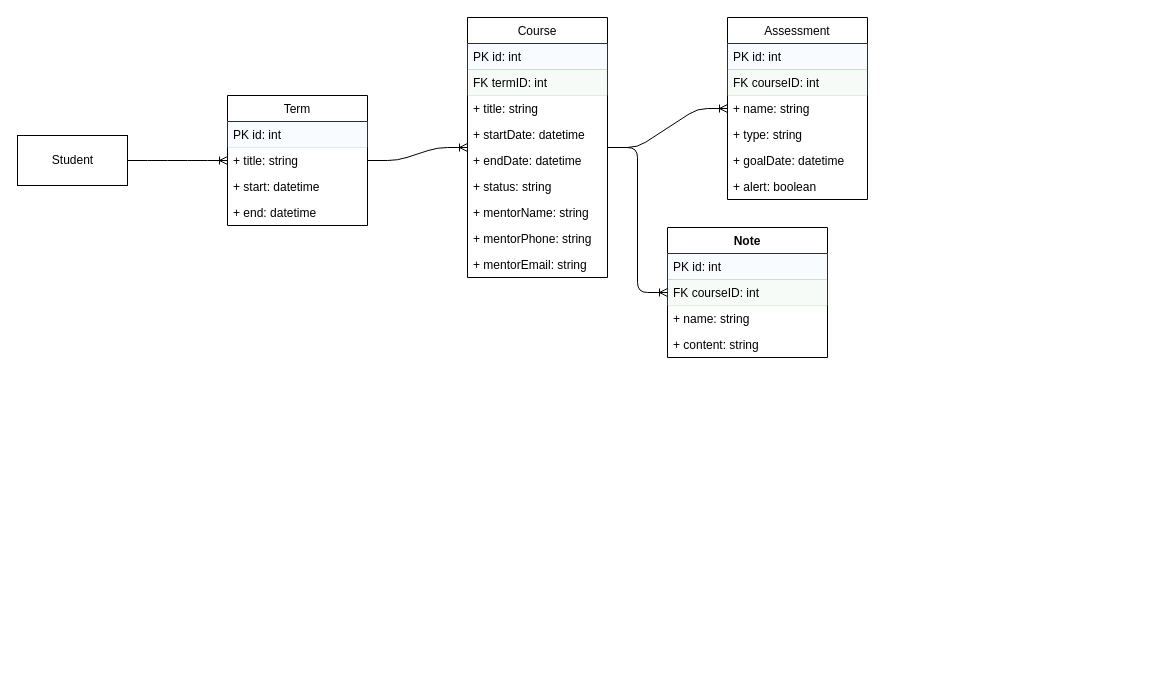
Earlier version of the draw.io diagram extras/C196.drawio (tyler71/C196). Source tidied: cells renumbered, new cells numbered last; positions are measured from the earlier drawing's top-left corner, leaving out a move shared by most shapes. Both pictures are drawn from the tidied source at 100%, with x=0, y=0 at pixel (17, 17).
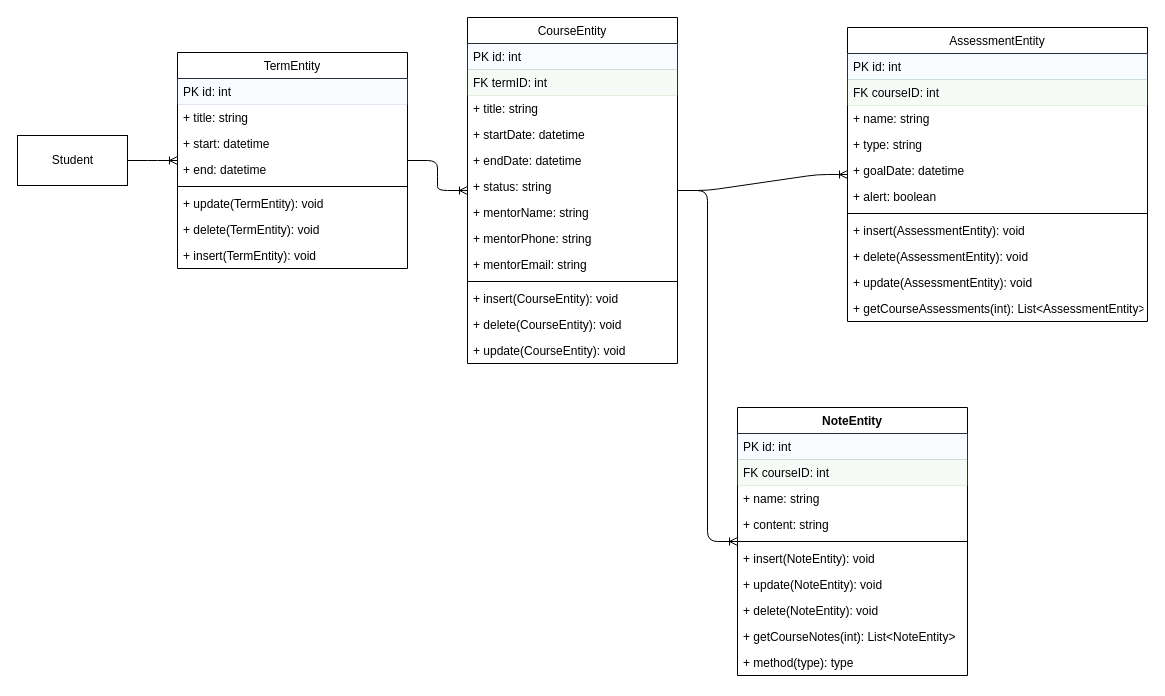
The same diagram, later.

The change refers to these unchanged cells:
```xml
<mxCell id="2" value="Student" style="html=1;" parent="1" vertex="1">
  <mxGeometry y="118" width="110" height="50" as="geometry" />
</mxCell>
```

The edit, as a diff of the source:
```diff
@@
-    <mxCell id="3" value="Course" style="swimlane;fontStyle=0;horizontal=1;startSize=26;fillColor=none;" parent="1" vertex="1">
-      <mxGeometry x="450" width="140" height="260" as="geometry" />
+    <mxCell id="3" value="CourseEntity" style="swimlane;fontStyle=0;horizontal=1;startSize=26;fillColor=none;" parent="1" vertex="1">
+      <mxGeometry x="450" width="210" height="346" as="geometry" />
     </mxCell>
     <mxCell id="4" value="PK id: int" style="text;strokeColor=#6c8ebf;fillColor=#dae8fc;align=left;verticalAlign=top;spacingLeft=4;spacingRight=4;overflow=hidden;opacity=20;" parent="3" vertex="1">
-      <mxGeometry y="26" width="140" height="26" as="geometry" />
+      <mxGeometry y="26" width="210" height="26" as="geometry" />
     </mxCell>
     <mxCell id="5" value="FK termID: int" style="text;strokeColor=#82b366;fillColor=#d5e8d4;align=left;verticalAlign=top;spacingLeft=4;spacingRight=4;overflow=hidden;opacity=20;" parent="3" vertex="1">
-      <mxGeometry y="52" width="140" height="26" as="geometry" />
+      <mxGeometry y="52" width="210" height="26" as="geometry" />
     </mxCell>
     <mxCell id="6" value="+ title: string" style="text;strokeColor=none;fillColor=none;align=left;verticalAlign=top;spacingLeft=4;spacingRight=4;overflow=hidden;" parent="3" vertex="1">
-      <mxGeometry y="78" width="140" height="26" as="geometry" />
+      <mxGeometry y="78" width="210" height="26" as="geometry" />
     </mxCell>
     <mxCell id="7" value="+ startDate: datetime" style="text;strokeColor=none;fillColor=none;align=left;verticalAlign=top;spacingLeft=4;spacingRight=4;overflow=hidden;" parent="3" vertex="1">
-      <mxGeometry y="104" width="140" height="26" as="geometry" />
+      <mxGeometry y="104" width="210" height="26" as="geometry" />
     </mxCell>
     <mxCell id="8" value="+ endDate: datetime" style="text;strokeColor=none;fillColor=none;align=left;verticalAlign=top;spacingLeft=4;spacingRight=4;overflow=hidden;" parent="3" vertex="1">
-      <mxGeometry y="130" width="140" height="26" as="geometry" />
+      <mxGeometry y="130" width="210" height="26" as="geometry" />
     </mxCell>
     <mxCell id="9" value="+ status: string" style="text;strokeColor=none;fillColor=none;align=left;verticalAlign=top;spacingLeft=4;spacingRight=4;overflow=hidden;" parent="3" vertex="1">
-      <mxGeometry y="156" width="140" height="26" as="geometry" />
+      <mxGeometry y="156" width="210" height="26" as="geometry" />
     </mxCell>
     <mxCell id="10" value="+ mentorName: string" style="text;strokeColor=none;fillColor=none;align=left;verticalAlign=top;spacingLeft=4;spacingRight=4;overflow=hidden;" parent="3" vertex="1">
-      <mxGeometry y="182" width="140" height="26" as="geometry" />
+      <mxGeometry y="182" width="210" height="26" as="geometry" />
     </mxCell>
     <mxCell id="11" value="+ mentorPhone: string" style="text;strokeColor=none;fillColor=none;align=left;verticalAlign=top;spacingLeft=4;spacingRight=4;overflow=hidden;" parent="3" vertex="1">
-      <mxGeometry y="208" width="140" height="26" as="geometry" />
+      <mxGeometry y="208" width="210" height="26" as="geometry" />
     </mxCell>
     <mxCell id="12" value="+ mentorEmail: string" style="text;strokeColor=none;fillColor=none;align=left;verticalAlign=top;spacingLeft=4;spacingRight=4;overflow=hidden;" parent="3" vertex="1">
-      <mxGeometry y="234" width="140" height="26" as="geometry" />
+      <mxGeometry y="234" width="210" height="26" as="geometry" />
     </mxCell>
-    <mxCell id="13" value="Term" style="swimlane;fontStyle=0;horizontal=1;startSize=26;fillColor=none;" parent="1" vertex="1">
-      <mxGeometry x="210" y="78" width="140" height="130" as="geometry" />
-    </mxCell>
-    <mxCell id="14" value="PK id: int" style="text;strokeColor=#6c8ebf;fillColor=#dae8fc;align=left;verticalAlign=top;spacingLeft=4;spacingRight=4;overflow=hidden;opacity=20;" parent="13" vertex="1">
-      <mxGeometry y="26" width="140" height="26" as="geometry" />
-    </mxCell>
-    <mxCell id="15" value="+ title: string" style="text;strokeColor=none;fillColor=none;align=left;verticalAlign=top;spacingLeft=4;spacingRight=4;overflow=hidden;" parent="13" vertex="1">
-      <mxGeometry y="52" width="140" height="26" as="geometry" />
-    </mxCell>
-    <mxCell id="16" value="+ start: datetime" style="text;strokeColor=none;fillColor=none;align=left;verticalAlign=top;spacingLeft=4;spacingRight=4;overflow=hidden;" parent="13" vertex="1">
-      <mxGeometry y="78" width="140" height="26" as="geometry" />
-    </mxCell>
-    <mxCell id="17" value="+ end: datetime" style="text;strokeColor=none;fillColor=none;align=left;verticalAlign=top;spacingLeft=4;spacingRight=4;overflow=hidden;" parent="13" vertex="1">
-      <mxGeometry y="104" width="140" height="26" as="geometry" />
-    </mxCell>
+    <mxCell id="34" style="line;strokeWidth=1;fillColor=none;align=left;verticalAlign=middle;spacingTop=-1;spacingLeft=3;spacingRight=3;labelPosition=right;" parent="3" vertex="1">
+      <mxGeometry y="260" width="210" height="8" as="geometry" />
+    </mxCell>
+    <mxCell id="35" value="+ insert(CourseEntity): void" style="text;strokeColor=none;fillColor=none;align=left;verticalAlign=top;spacingLeft=4;spacingRight=4;overflow=hidden;" parent="3" vertex="1">
+      <mxGeometry y="268" width="210" height="26" as="geometry" />
+    </mxCell>
+    <mxCell id="36" value="+ delete(CourseEntity): void" style="text;strokeColor=none;fillColor=none;align=left;verticalAlign=top;spacingLeft=4;spacingRight=4;overflow=hidden;" parent="3" vertex="1">
+      <mxGeometry y="294" width="210" height="26" as="geometry" />
+    </mxCell>
+    <mxCell id="37" value="+ update(CourseEntity): void" style="text;strokeColor=none;fillColor=none;align=left;verticalAlign=top;spacingLeft=4;spacingRight=4;overflow=hidden;" parent="3" vertex="1">
+      <mxGeometry y="320" width="210" height="26" as="geometry" />
+    </mxCell>
+    <mxCell id="30" style="edgeStyle=entityRelationEdgeStyle;fontSize=12;html=1;endArrow=ERoneToMany;" parent="1" edge="1" source="3" target="25">
+      <mxGeometry relative="1" as="geometry" />
+    </mxCell>
+    <mxCell id="31" style="edgeStyle=entityRelationEdgeStyle;fontSize=12;html=1;endArrow=ERoneToMany;" parent="1" edge="1" source="3" target="18">
+      <mxGeometry relative="1" as="geometry" />
+    </mxCell>
+    <mxCell id="32" style="edgeStyle=entityRelationEdgeStyle;fontSize=12;html=1;endArrow=ERoneToMany;" parent="1" edge="1" source="13" target="3">
+      <mxGeometry relative="1" as="geometry" />
+    </mxCell>
+    <mxCell id="33" style="edgeStyle=entityRelationEdgeStyle;fontSize=12;html=1;endArrow=ERoneToMany;" parent="1" edge="1" source="2" target="13">
+      <mxGeometry relative="1" as="geometry" />
+    </mxCell>
-    <mxCell id="18" value="Assessment" style="swimlane;fontStyle=0;horizontal=1;startSize=26;fillColor=none;" parent="1" vertex="1">
-      <mxGeometry x="710" width="140" height="182" as="geometry" />
+    <mxCell id="18" value="AssessmentEntity" style="swimlane;fontStyle=0;horizontal=1;startSize=26;fillColor=none;" parent="1" vertex="1">
+      <mxGeometry x="830" y="10" width="300" height="294" as="geometry" />
     </mxCell>
     <mxCell id="19" value="PK id: int" style="text;strokeColor=#6c8ebf;fillColor=#dae8fc;align=left;verticalAlign=top;spacingLeft=4;spacingRight=4;overflow=hidden;opacity=20;" parent="18" vertex="1">
-      <mxGeometry y="26" width="140" height="26" as="geometry" />
+      <mxGeometry y="26" width="300" height="26" as="geometry" />
     </mxCell>
     <mxCell id="20" value="FK courseID: int" style="text;strokeColor=#82b366;fillColor=#d5e8d4;align=left;verticalAlign=top;spacingLeft=4;spacingRight=4;overflow=hidden;opacity=20;" parent="18" vertex="1">
-      <mxGeometry y="52" width="140" height="26" as="geometry" />
+      <mxGeometry y="52" width="300" height="26" as="geometry" />
     </mxCell>
     <mxCell id="21" value="+ name: string" style="text;strokeColor=none;fillColor=none;align=left;verticalAlign=top;spacingLeft=4;spacingRight=4;overflow=hidden;" parent="18" vertex="1">
-      <mxGeometry y="78" width="140" height="26" as="geometry" />
+      <mxGeometry y="78" width="300" height="26" as="geometry" />
     </mxCell>
     <mxCell id="22" value="+ type: string" style="text;strokeColor=none;fillColor=none;align=left;verticalAlign=top;spacingLeft=4;spacingRight=4;overflow=hidden;" parent="18" vertex="1">
-      <mxGeometry y="104" width="140" height="26" as="geometry" />
+      <mxGeometry y="104" width="300" height="26" as="geometry" />
     </mxCell>
     <mxCell id="23" value="+ goalDate: datetime" style="text;strokeColor=none;fillColor=none;align=left;verticalAlign=top;spacingLeft=4;spacingRight=4;overflow=hidden;" parent="18" vertex="1">
-      <mxGeometry y="130" width="140" height="26" as="geometry" />
+      <mxGeometry y="130" width="300" height="26" as="geometry" />
     </mxCell>
     <mxCell id="24" value="+ alert: boolean" style="text;strokeColor=none;fillColor=none;align=left;verticalAlign=top;spacingLeft=4;spacingRight=4;overflow=hidden;" parent="18" vertex="1">
-      <mxGeometry y="156" width="140" height="26" as="geometry" />
+      <mxGeometry y="156" width="300" height="26" as="geometry" />
     </mxCell>
+    <mxCell id="38" style="line;strokeWidth=1;fillColor=none;align=left;verticalAlign=middle;spacingTop=-1;spacingLeft=3;spacingRight=3;labelPosition=right;" parent="18" vertex="1">
+      <mxGeometry y="182" width="300" height="8" as="geometry" />
+    </mxCell>
+    <mxCell id="39" value="+ insert(AssessmentEntity): void" style="text;strokeColor=none;fillColor=none;align=left;verticalAlign=top;spacingLeft=4;spacingRight=4;overflow=hidden;" parent="18" vertex="1">
+      <mxGeometry y="190" width="300" height="26" as="geometry" />
+    </mxCell>
+    <mxCell id="40" value="+ delete(AssessmentEntity): void" style="text;strokeColor=none;fillColor=none;align=left;verticalAlign=top;spacingLeft=4;spacingRight=4;overflow=hidden;" parent="18" vertex="1">
+      <mxGeometry y="216" width="300" height="26" as="geometry" />
+    </mxCell>
+    <mxCell id="41" value="+ update(AssessmentEntity): void" style="text;strokeColor=none;fillColor=none;align=left;verticalAlign=top;spacingLeft=4;spacingRight=4;overflow=hidden;" parent="18" vertex="1">
+      <mxGeometry y="242" width="300" height="26" as="geometry" />
+    </mxCell>
+    <mxCell id="42" value="+ getCourseAssessments(int): List&lt;AssessmentEntity&gt;" style="text;strokeColor=none;fillColor=none;align=left;verticalAlign=top;spacingLeft=4;spacingRight=4;overflow=hidden;" parent="18" vertex="1">
+      <mxGeometry y="268" width="300" height="26" as="geometry" />
+    </mxCell>
+    <mxCell id="13" value="TermEntity" style="swimlane;fontStyle=0;horizontal=1;startSize=26;fillColor=none;" parent="1" vertex="1">
+      <mxGeometry x="160" y="35" width="230" height="216" as="geometry" />
+    </mxCell>
+    <mxCell id="14" value="PK id: int" style="text;strokeColor=#6c8ebf;fillColor=#dae8fc;align=left;verticalAlign=top;spacingLeft=4;spacingRight=4;overflow=hidden;opacity=20;" parent="13" vertex="1">
+      <mxGeometry y="26" width="230" height="26" as="geometry" />
+    </mxCell>
+    <mxCell id="15" value="+ title: string" style="text;strokeColor=none;fillColor=none;align=left;verticalAlign=top;spacingLeft=4;spacingRight=4;overflow=hidden;" parent="13" vertex="1">
+      <mxGeometry y="52" width="230" height="26" as="geometry" />
+    </mxCell>
+    <mxCell id="16" value="+ start: datetime" style="text;strokeColor=none;fillColor=none;align=left;verticalAlign=top;spacingLeft=4;spacingRight=4;overflow=hidden;" parent="13" vertex="1">
+      <mxGeometry y="78" width="230" height="26" as="geometry" />
+    </mxCell>
+    <mxCell id="17" value="+ end: datetime" style="text;strokeColor=none;fillColor=none;align=left;verticalAlign=top;spacingLeft=4;spacingRight=4;overflow=hidden;" parent="13" vertex="1">
+      <mxGeometry y="104" width="230" height="26" as="geometry" />
+    </mxCell>
+    <mxCell id="43" style="line;strokeWidth=1;fillColor=none;align=left;verticalAlign=middle;spacingTop=-1;spacingLeft=3;spacingRight=3;labelPosition=right;" parent="13" vertex="1">
+      <mxGeometry y="130" width="230" height="8" as="geometry" />
+    </mxCell>
+    <mxCell id="44" value="+ update(TermEntity): void" style="text;strokeColor=none;fillColor=none;align=left;verticalAlign=top;spacingLeft=4;spacingRight=4;overflow=hidden;" parent="13" vertex="1">
+      <mxGeometry y="138" width="230" height="26" as="geometry" />
+    </mxCell>
+    <mxCell id="45" value="+ delete(TermEntity): void" style="text;strokeColor=none;fillColor=none;align=left;verticalAlign=top;spacingLeft=4;spacingRight=4;overflow=hidden;" parent="13" vertex="1">
+      <mxGeometry y="164" width="230" height="26" as="geometry" />
+    </mxCell>
+    <mxCell id="46" value="+ insert(TermEntity): void" style="text;strokeColor=none;fillColor=none;align=left;verticalAlign=top;spacingLeft=4;spacingRight=4;overflow=hidden;" parent="13" vertex="1">
+      <mxGeometry y="190" width="230" height="26" as="geometry" />
+    </mxCell>
-    <mxCell id="25" value="Note" style="swimlane;fontStyle=1;align=center;verticalAlign=top;horizontal=1;startSize=26;" parent="1" vertex="1">
-      <mxGeometry x="650" y="210" width="160" height="130" as="geometry" />
+    <mxCell id="25" value="NoteEntity" style="swimlane;fontStyle=1;align=center;verticalAlign=top;horizontal=1;startSize=26;" parent="1" vertex="1">
+      <mxGeometry x="720" y="390" width="230" height="268" as="geometry" />
     </mxCell>
     <mxCell id="26" value="PK id: int" style="text;strokeColor=#6c8ebf;fillColor=#dae8fc;align=left;verticalAlign=top;spacingLeft=4;spacingRight=4;overflow=hidden;opacity=20;" parent="25" vertex="1">
-      <mxGeometry y="26" width="160" height="26" as="geometry" />
+      <mxGeometry y="26" width="230" height="26" as="geometry" />
     </mxCell>
     <mxCell id="27" value="FK courseID: int" style="text;strokeColor=#82b366;fillColor=#d5e8d4;align=left;verticalAlign=top;spacingLeft=4;spacingRight=4;overflow=hidden;opacity=20;" parent="25" vertex="1">
-      <mxGeometry y="52" width="160" height="26" as="geometry" />
+      <mxGeometry y="52" width="230" height="26" as="geometry" />
     </mxCell>
     <mxCell id="28" value="+ name: string" style="text;strokeColor=none;fillColor=none;align=left;verticalAlign=top;spacingLeft=4;spacingRight=4;overflow=hidden;" parent="25" vertex="1">
-      <mxGeometry y="78" width="160" height="26" as="geometry" />
+      <mxGeometry y="78" width="230" height="26" as="geometry" />
     </mxCell>
     <mxCell id="29" value="+ content: string" style="text;strokeColor=none;fillColor=none;align=left;verticalAlign=top;spacingLeft=4;spacingRight=4;overflow=hidden;" parent="25" vertex="1">
-      <mxGeometry y="104" width="160" height="26" as="geometry" />
+      <mxGeometry y="104" width="230" height="26" as="geometry" />
     </mxCell>
-    <mxCell id="30" style="edgeStyle=entityRelationEdgeStyle;fontSize=12;html=1;endArrow=ERoneToMany;" parent="1" edge="1" source="3" target="25">
-      <mxGeometry relative="1" as="geometry" />
-    </mxCell>
-    <mxCell id="31" style="edgeStyle=entityRelationEdgeStyle;fontSize=12;html=1;endArrow=ERoneToMany;" parent="1" edge="1" source="3" target="18">
-      <mxGeometry relative="1" as="geometry" />
-    </mxCell>
-    <mxCell id="32" style="edgeStyle=entityRelationEdgeStyle;fontSize=12;html=1;endArrow=ERoneToMany;" parent="1" edge="1" source="13" target="3">
-      <mxGeometry relative="1" as="geometry" />
-    </mxCell>
-    <mxCell id="33" style="edgeStyle=entityRelationEdgeStyle;fontSize=12;html=1;endArrow=ERoneToMany;" parent="1" edge="1" source="2" target="13">
-      <mxGeometry relative="1" as="geometry" />
-    </mxCell>
+    <mxCell id="47" style="line;strokeWidth=1;fillColor=none;align=left;verticalAlign=middle;spacingTop=-1;spacingLeft=3;spacingRight=3;labelPosition=right;" parent="25" vertex="1">
+      <mxGeometry y="130" width="230" height="8" as="geometry" />
+    </mxCell>
+    <mxCell id="48" value="+ insert(NoteEntity): void" style="text;strokeColor=none;fillColor=none;align=left;verticalAlign=top;spacingLeft=4;spacingRight=4;overflow=hidden;" parent="25" vertex="1">
+      <mxGeometry y="138" width="230" height="26" as="geometry" />
+    </mxCell>
+    <mxCell id="49" value="+ update(NoteEntity): void" style="text;strokeColor=none;fillColor=none;align=left;verticalAlign=top;spacingLeft=4;spacingRight=4;overflow=hidden;" parent="25" vertex="1">
+      <mxGeometry y="164" width="230" height="26" as="geometry" />
+    </mxCell>
+    <mxCell id="50" value="+ delete(NoteEntity): void" style="text;strokeColor=none;fillColor=none;align=left;verticalAlign=top;spacingLeft=4;spacingRight=4;overflow=hidden;" parent="25" vertex="1">
+      <mxGeometry y="190" width="230" height="26" as="geometry" />
+    </mxCell>
+    <mxCell id="51" value="+ getCourseNotes(int): List&lt;NoteEntity&gt;" style="text;strokeColor=none;fillColor=none;align=left;verticalAlign=top;spacingLeft=4;spacingRight=4;overflow=hidden;" parent="25" vertex="1">
+      <mxGeometry y="216" width="230" height="26" as="geometry" />
+    </mxCell>
+    <mxCell id="52" value="+ method(type): type" style="text;strokeColor=none;fillColor=none;align=left;verticalAlign=top;spacingLeft=4;spacingRight=4;overflow=hidden;" parent="25" vertex="1">
+      <mxGeometry y="242" width="230" height="26" as="geometry" />
+    </mxCell>
```
